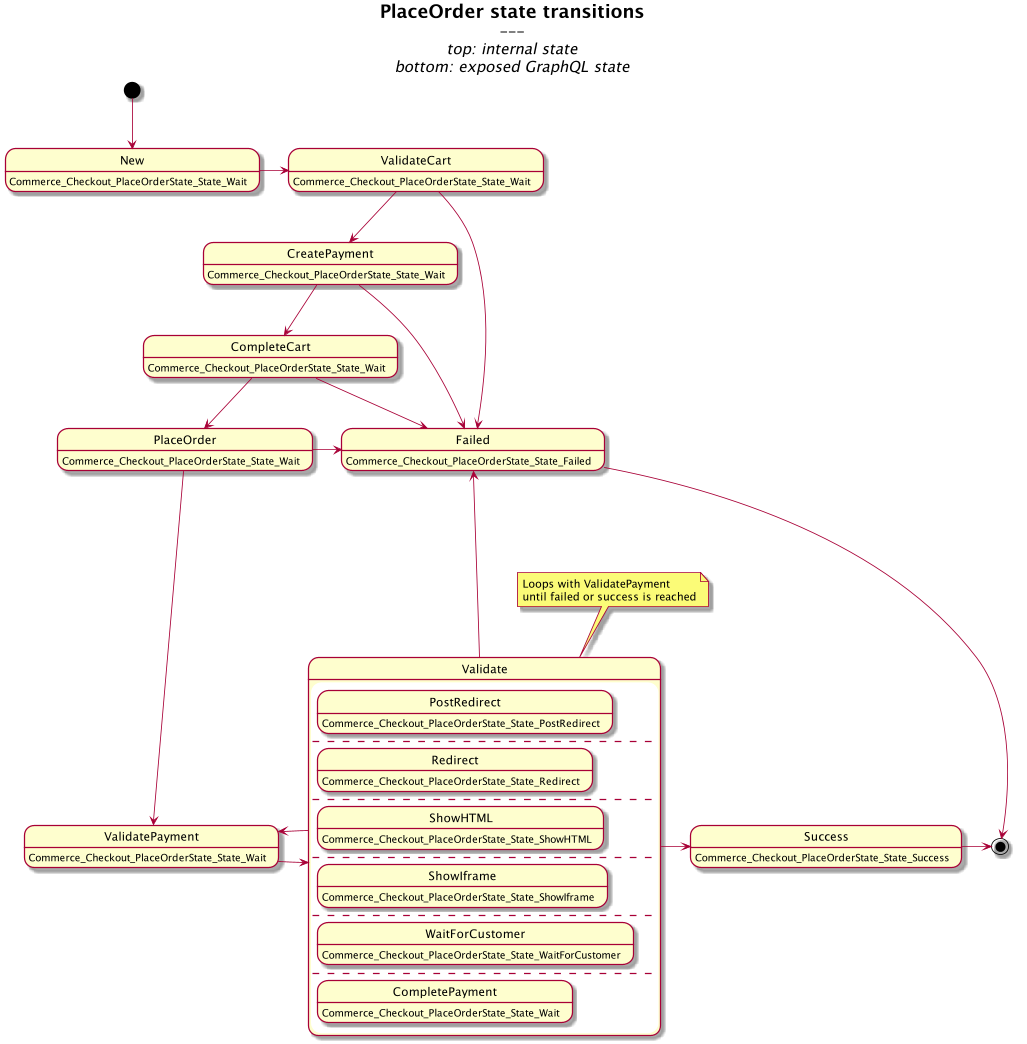
Before: checkout/domain/placeorder/states/transitions.png, a diagram exported from PlantUML (i-love-flamingo/flamingo-commerce). Source of this version:
```plantuml
@startuml
scale max 1024 width
hide empty description

title
	= PlaceOrder state transitions
	---
	//top: internal state//
	//bottom: exposed GraphQL state//
end title

state New: Commerce_Checkout_PlaceOrderState_State_Wait
state ValidateCart: Commerce_Checkout_PlaceOrderState_State_Wait
state CreatePayment: Commerce_Checkout_PlaceOrderState_State_Wait
state CompleteCart: Commerce_Checkout_PlaceOrderState_State_Wait
state PlaceOrder: Commerce_Checkout_PlaceOrderState_State_Wait
state ValidatePayment: Commerce_Checkout_PlaceOrderState_State_Wait


state Failed: Commerce_Checkout_PlaceOrderState_State_Failed
state Success: Commerce_Checkout_PlaceOrderState_State_Success

state Validate {
	state PostRedirect: Commerce_Checkout_PlaceOrderState_State_PostRedirect
	--
	state Redirect: Commerce_Checkout_PlaceOrderState_State_Redirect
	--
	state ShowHTML: Commerce_Checkout_PlaceOrderState_State_ShowHTML
	--
	state ShowIframe: Commerce_Checkout_PlaceOrderState_State_ShowIframe
	--
	state WaitForCustomer: Commerce_Checkout_PlaceOrderState_State_WaitForCustomer
	--
	state CompletePayment: Commerce_Checkout_PlaceOrderState_State_Wait
}

note top of Validate
  Loops with ValidatePayment
  until failed or success is reached
end note

[*] --> New
New -r-> ValidateCart
ValidateCart -d-> CreatePayment
ValidateCart -r-> Failed
CreatePayment -d-> CompleteCart
CreatePayment -r-> Failed
CompleteCart -d-> PlaceOrder
CompleteCart -r-> Failed
PlaceOrder -d-> ValidatePayment
PlaceOrder -r-> Failed

ValidatePayment -r-> Validate
Validate -l-> ValidatePayment

Validate -u---> Failed
Validate -r-> Success

Failed --> [*]
Success -> [*]

@enduml
```
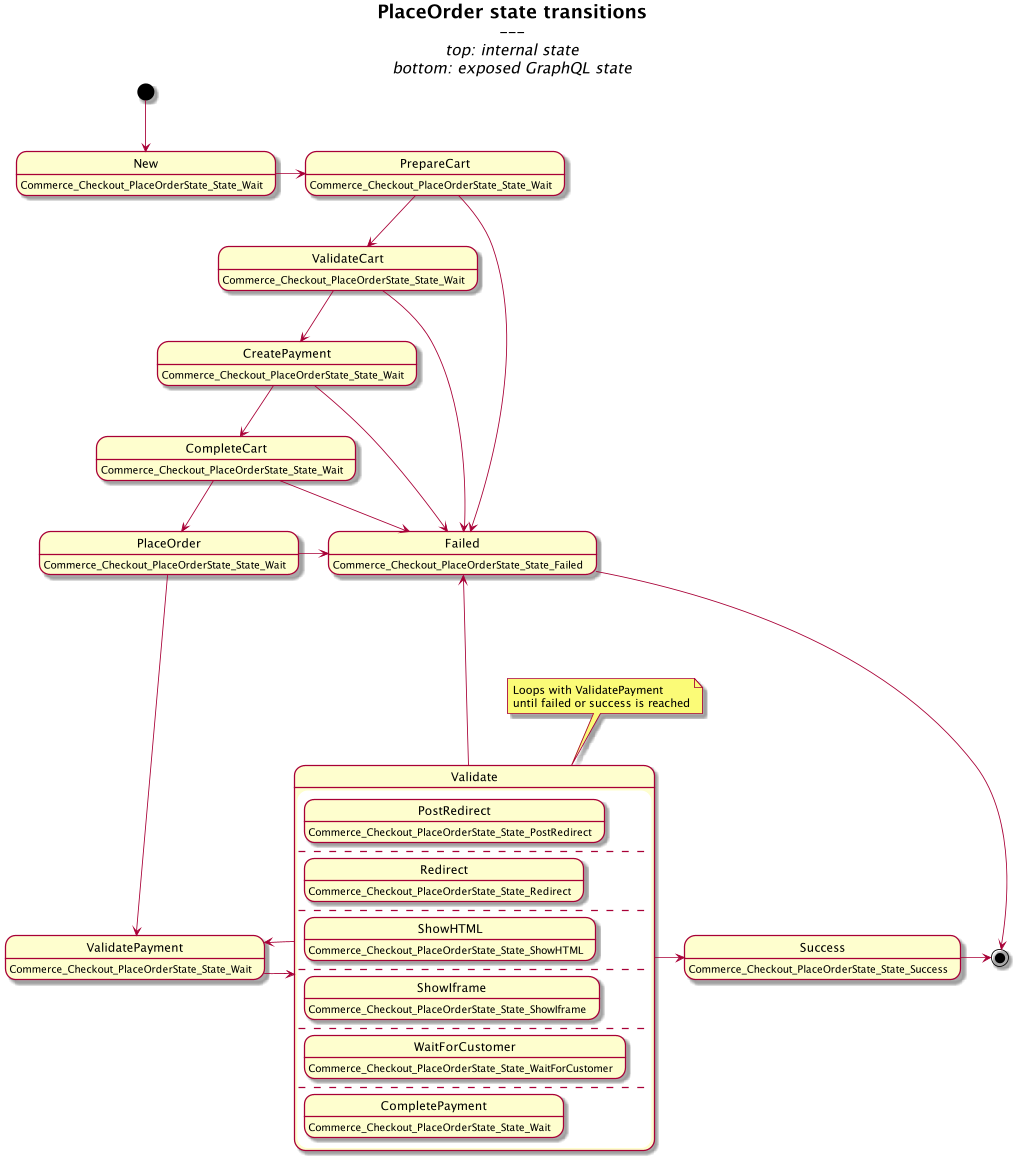
The same file after the commit.

Commit message:
checkout: Add new PrepareCart state

The edit, as a diff of the source:
```diff
@@ -10,6 +10,7 @@
 end title
 
 state New: Commerce_Checkout_PlaceOrderState_State_Wait
+state PrepareCart: Commerce_Checkout_PlaceOrderState_State_Wait
 state ValidateCart: Commerce_Checkout_PlaceOrderState_State_Wait
 state CreatePayment: Commerce_Checkout_PlaceOrderState_State_Wait
 state CompleteCart: Commerce_Checkout_PlaceOrderState_State_Wait
@@ -40,7 +41,9 @@
 end note
 
 [*] --> New
-New -r-> ValidateCart
+New -r-> PrepareCart
+PrepareCart -d-> ValidateCart
+PrepareCart -d-> Failed
 ValidateCart -d-> CreatePayment
 ValidateCart -r-> Failed
 CreatePayment -d-> CompleteCart
```
